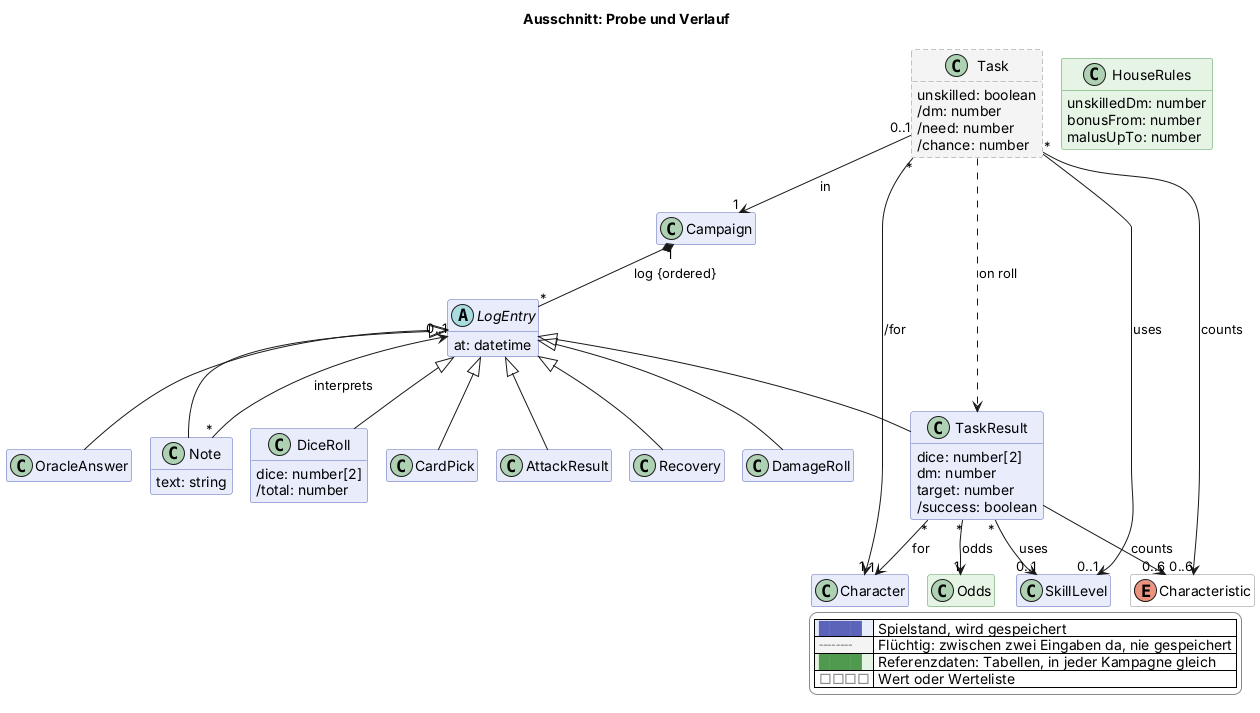
scuzzar/SRE keeps this PlantUML diagram as docs/views/probe.png. Above is the earlier version.
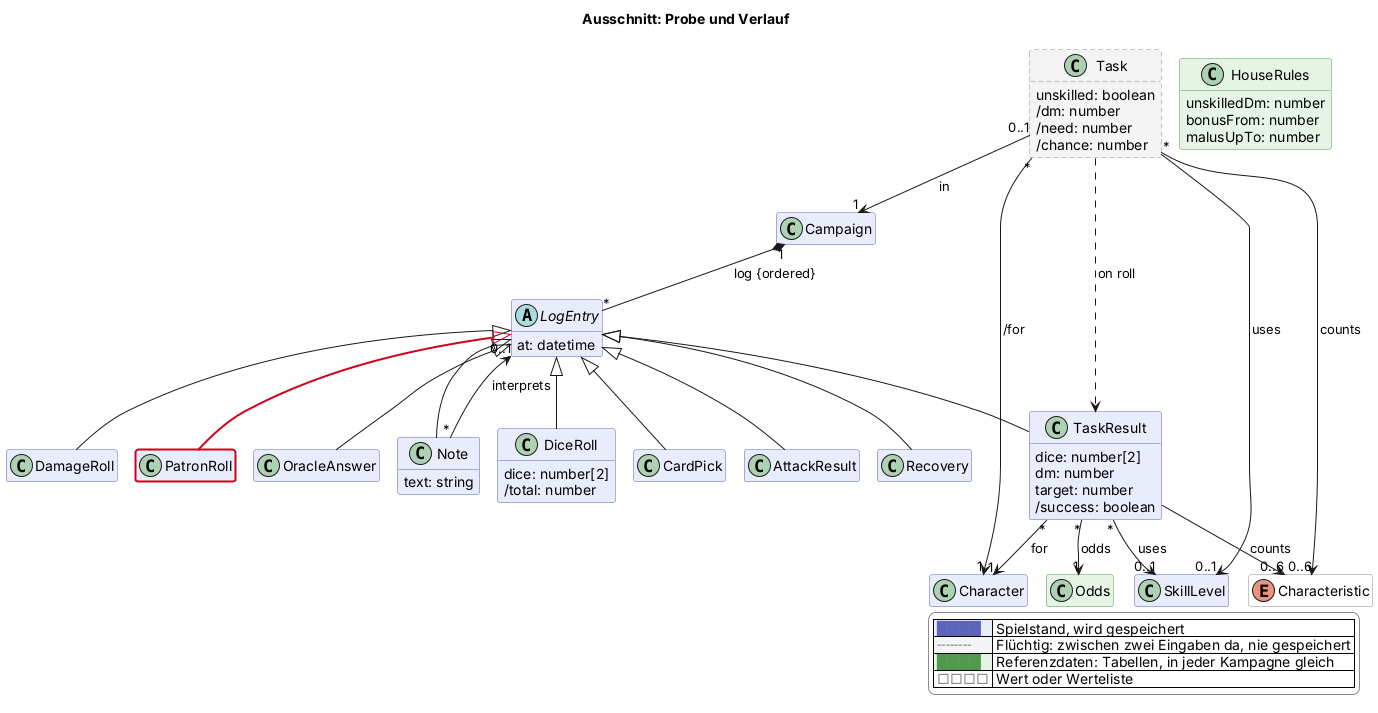
Later version of the same file.

What changed in the source:
```diff
@@ -84,6 +84,7 @@
   class Note $probe {
     text: string
   }
+  class PatronRoll $begegnung $newClass("2026-11-12")
 
   class Task <<transient>> $probe {
     unskilled: boolean
@@ -124,6 +125,7 @@
 LogEntry <|-- DamageRoll
 LogEntry <|-- Recovery
 LogEntry <|-- Note
+LogEntry <|-$newArrow("2026-11-12")- PatronRoll
 Note "*" --> "0..1" LogEntry : interprets
 TaskResult "*" --> "1" Character : for
 TaskResult "*" --> "0..1" SkillLevel : uses
```
